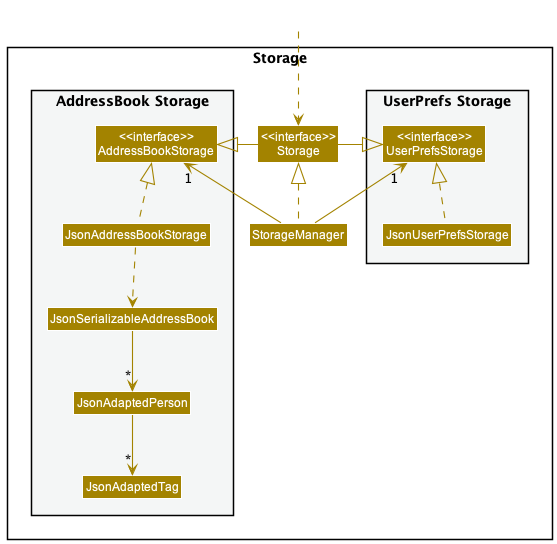
nus-cs2103-AY2223S1/tp keeps this PlantUML diagram as docs/images/StorageClassDiagram.png. Above is the earlier version.
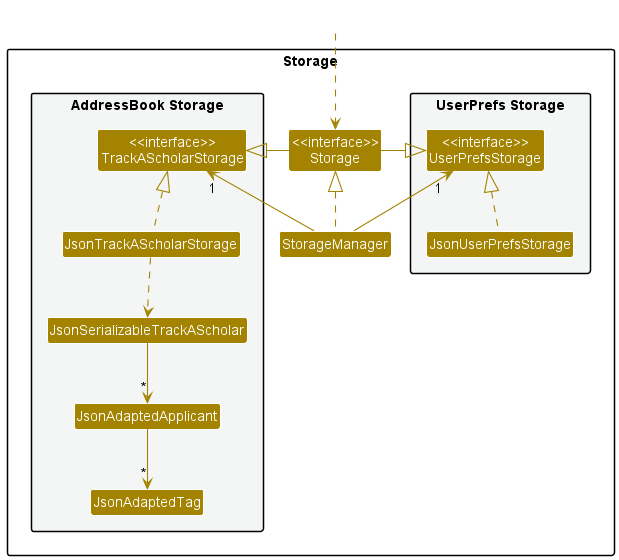
The same diagram one commit later.

Diff of the diagram source:
```diff
@@ -15,10 +15,10 @@
 Class StorageManager
 
 package "AddressBook Storage" #F4F6F6{
-Class "<<interface>>\nAddressBookStorage" as AddressBookStorage
-Class JsonAddressBookStorage
-Class JsonSerializableAddressBook
-Class JsonAdaptedPerson
+Class "<<interface>>\nTrackAScholarStorage" as TrackAScholarStorage
+Class JsonTrackAScholarStorage
+Class JsonSerializableTrackAScholar
+Class JsonAdaptedApplicant
 Class JsonAdaptedTag
 }
 
@@ -29,15 +29,15 @@
 
 StorageManager .up.|> Storage
 StorageManager -up-> "1" UserPrefsStorage
-StorageManager -up-> "1" AddressBookStorage
+StorageManager -up-> "1" TrackAScholarStorage
 
 Storage -left-|> UserPrefsStorage
-Storage -right-|> AddressBookStorage
+Storage -right-|> TrackAScholarStorage
 
 JsonUserPrefsStorage .up.|> UserPrefsStorage
-JsonAddressBookStorage .up.|> AddressBookStorage
-JsonAddressBookStorage ..> JsonSerializableAddressBook
-JsonSerializableAddressBook --> "*" JsonAdaptedPerson
-JsonAdaptedPerson --> "*" JsonAdaptedTag
+JsonTrackAScholarStorage .up.|> TrackAScholarStorage
+JsonTrackAScholarStorage ..> JsonSerializableTrackAScholar
+JsonSerializableTrackAScholar --> "*" JsonAdaptedApplicant
+JsonAdaptedApplicant --> "*" JsonAdaptedTag
 
 @enduml
```
